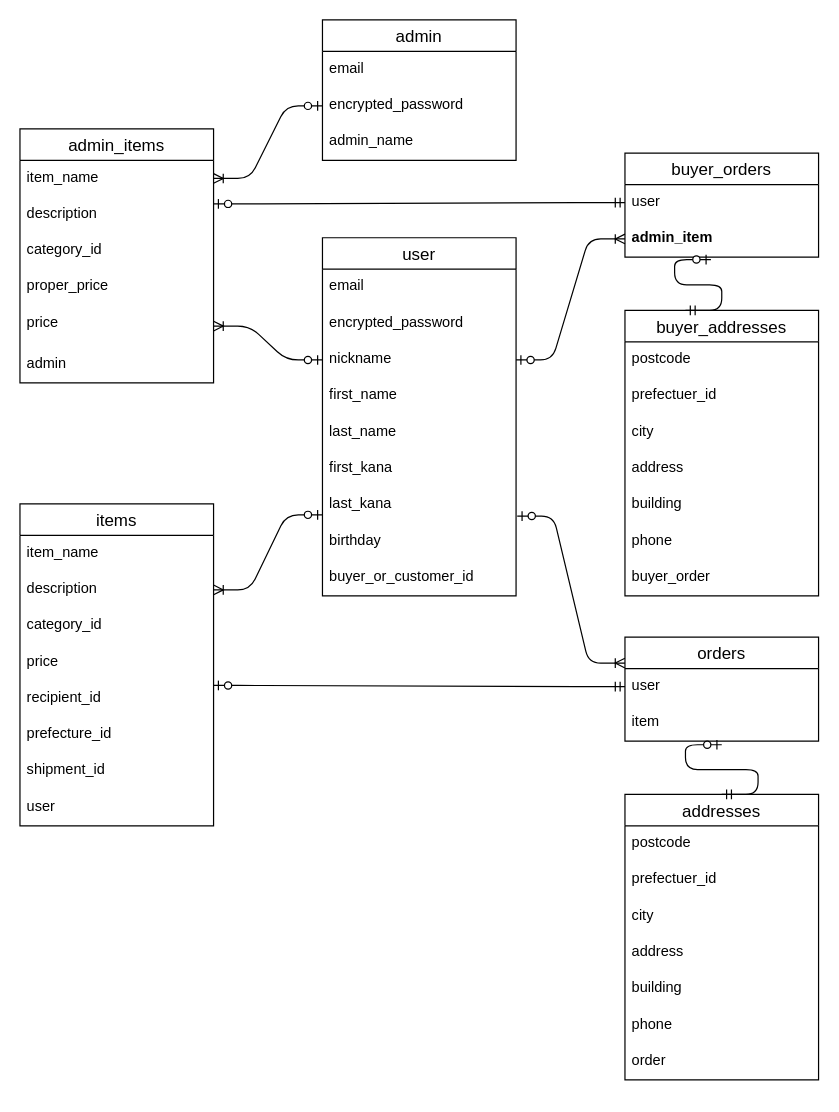
Before: page "ページ1" (1 of 2) of ER.dio in datiko1115/baton_app5, a draw.io diagram. Source tidied: cells renumbered, new cells numbered last; positions are measured from the earlier drawing's top-left corner, leaving out a move shared by most shapes. Both pictures are drawn from the tidied source at 121%, with x=0, y=0 at pixel (19, 19).
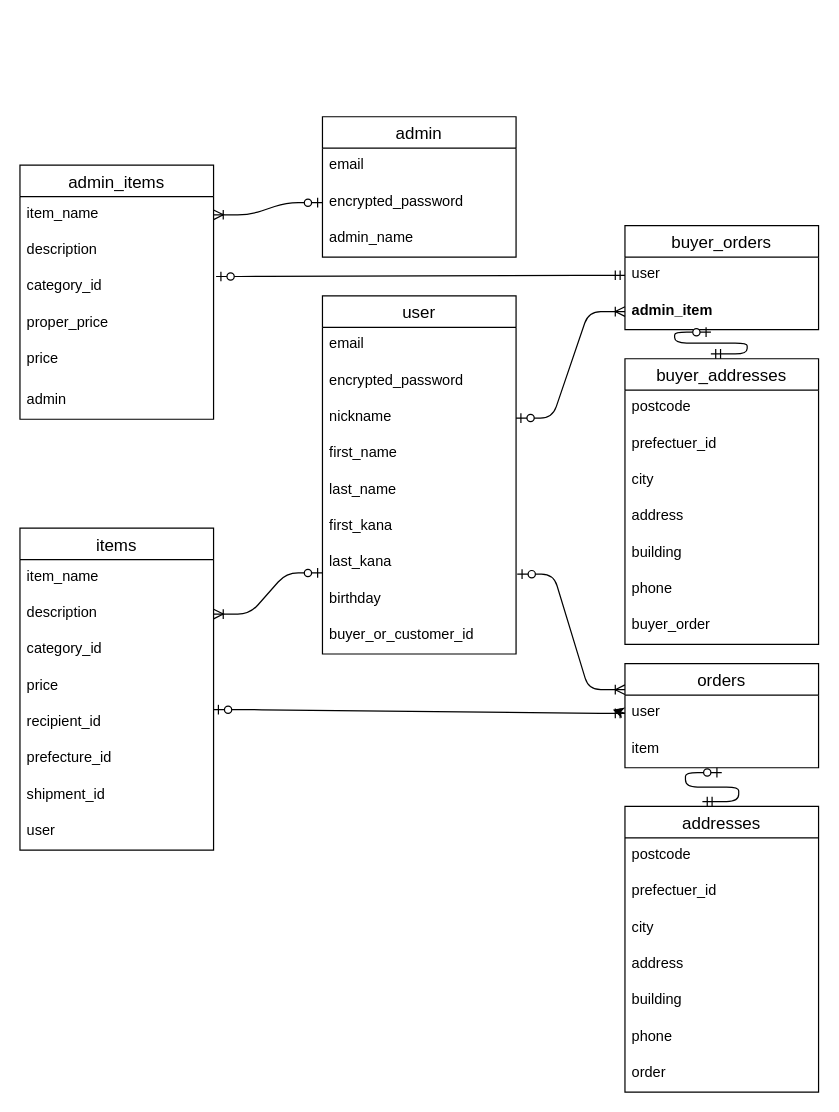
The same diagram, later.

Unchanged cells that the change refers to:
```xml
<mxCell id="5" value="nickname" style="text;strokeColor=none;fillColor=none;spacingLeft=4;spacingRight=4;overflow=hidden;points=[[0,0.5],[1,0.5]];portConstraint=eastwest;fontSize=12;rounded=0;" parent="2" vertex="1">
  <mxGeometry y="86" width="160" height="30" as="geometry" />
</mxCell>
<mxCell id="14" value="description" style="text;strokeColor=none;fillColor=none;spacingLeft=4;spacingRight=4;overflow=hidden;points=[[0,0.5],[1,0.5]];portConstraint=eastwest;fontSize=12;rounded=0;" parent="12" vertex="1">
  <mxGeometry y="56" width="160" height="30" as="geometry" />
</mxCell>
<mxCell id="15" value="category_id" style="text;strokeColor=none;fillColor=none;spacingLeft=4;spacingRight=4;overflow=hidden;points=[[0,0.5],[1,0.5]];portConstraint=eastwest;fontSize=12;rounded=0;" parent="12" vertex="1">
  <mxGeometry y="86" width="160" height="30" as="geometry" />
</mxCell>
<mxCell id="17" value="price" style="text;strokeColor=none;fillColor=none;spacingLeft=4;spacingRight=4;overflow=hidden;points=[[0,0.5],[1,0.5]];portConstraint=eastwest;fontSize=12;rounded=0;fontStyle=0;" parent="12" vertex="1">
  <mxGeometry y="146" width="160" height="34" as="geometry" />
</mxCell>
<mxCell id="20" value="user" style="text;strokeColor=none;fillColor=none;spacingLeft=4;spacingRight=4;overflow=hidden;points=[[0,0.5],[1,0.5]];portConstraint=eastwest;fontSize=12;rounded=0;" parent="19" vertex="1">
  <mxGeometry y="26" width="160" height="30" as="geometry" />
</mxCell>
<mxCell id="21" value="admin_item" style="text;strokeColor=none;fillColor=none;spacingLeft=4;spacingRight=4;overflow=hidden;points=[[0,0.5],[1,0.5]];portConstraint=eastwest;fontSize=12;rounded=0;fontStyle=1;" parent="19" vertex="1">
  <mxGeometry y="56" width="160" height="30" as="geometry" />
</mxCell>
<mxCell id="43" value="user" style="text;strokeColor=none;fillColor=none;spacingLeft=4;spacingRight=4;overflow=hidden;points=[[0,0.5],[1,0.5]];portConstraint=eastwest;fontSize=12;rounded=0;" parent="42" vertex="1">
  <mxGeometry y="26" width="160" height="30" as="geometry" />
</mxCell>
<mxCell id="44" value="item" style="text;strokeColor=none;fillColor=none;spacingLeft=4;spacingRight=4;overflow=hidden;points=[[0,0.5],[1,0.5]];portConstraint=eastwest;fontSize=12;rounded=0;" parent="42" vertex="1">
  <mxGeometry y="56" width="160" height="30" as="geometry" />
</mxCell>
```

Change to the diagram source:
```diff
@@
     <mxCell id="2" value="user" style="swimlane;fontStyle=0;horizontal=1;startSize=26;align=center;fontSize=14;rounded=0;" parent="1" vertex="1">
-      <mxGeometry x="250" y="180" width="160" height="296" as="geometry" />
+      <mxGeometry x="250" y="228" width="160" height="296" as="geometry" />
     </mxCell>
@@
     <mxCell id="12" value="admin_items" style="swimlane;fontStyle=0;horizontal=1;startSize=26;align=center;fontSize=14;rounded=0;" parent="1" vertex="1">
-      <mxGeometry y="90" width="160" height="210" as="geometry" />
+      <mxGeometry y="120" width="160" height="210" as="geometry" />
     </mxCell>
@@
     <mxCell id="19" value="buyer_orders" style="swimlane;fontStyle=0;horizontal=1;startSize=26;align=center;fontSize=14;rounded=0;" parent="1" vertex="1">
-      <mxGeometry x="500" y="110" width="160" height="86" as="geometry" />
+      <mxGeometry x="500" y="170" width="160" height="86" as="geometry" />
     </mxCell>
@@
     <mxCell id="22" value="buyer_addresses" style="swimlane;fontStyle=0;horizontal=1;startSize=26;align=center;fontSize=14;rounded=0;" parent="1" vertex="1">
-      <mxGeometry x="500" y="240" width="160" height="236" as="geometry" />
+      <mxGeometry x="500" y="280" width="160" height="236" as="geometry" />
     </mxCell>
@@
-    <mxCell id="30" style="edgeStyle=entityRelationEdgeStyle;fontSize=12;html=1;endArrow=ERoneToMany;startArrow=ERzeroToOne;entryX=1;entryY=0.5;entryDx=0;entryDy=0;exitX=0;exitY=0.5;exitDx=0;exitDy=0;" parent="1" edge="1" source="5" target="17">
-      <mxGeometry relative="1" as="geometry" />
-    </mxCell>
@@
     <mxCell id="32" value="items" style="swimlane;fontStyle=0;horizontal=1;startSize=26;align=center;fontSize=14;rounded=0;" parent="1" vertex="1">
-      <mxGeometry y="400" width="160" height="266" as="geometry" />
+      <mxGeometry y="420" width="160" height="266" as="geometry" />
     </mxCell>
@@
     <mxCell id="42" value="orders" style="swimlane;fontStyle=0;horizontal=1;startSize=26;align=center;fontSize=14;rounded=0;" parent="1" vertex="1">
-      <mxGeometry x="500" y="510" width="160" height="86" as="geometry" />
+      <mxGeometry x="500" y="532" width="160" height="86" as="geometry" />
     </mxCell>
@@
     <mxCell id="45" value="addresses" style="swimlane;fontStyle=0;horizontal=1;startSize=26;align=center;fontSize=14;rounded=0;" parent="1" vertex="1">
-      <mxGeometry x="500" y="640" width="160" height="236" as="geometry" />
+      <mxGeometry x="500" y="650" width="160" height="236" as="geometry" />
     </mxCell>
@@
     <mxCell id="53" value="admin" style="swimlane;fontStyle=0;horizontal=1;startSize=26;align=center;fontSize=14;rounded=0;" parent="1" vertex="1">
-      <mxGeometry x="250" width="160" height="116" as="geometry" />
+      <mxGeometry x="250" y="80" width="160" height="116" as="geometry" />
     </mxCell>
@@
-    <mxCell id="59" style="edgeStyle=entityRelationEdgeStyle;fontSize=12;html=1;endArrow=ERzeroToOne;startArrow=ERmandOne;entryX=1;entryY=0.2;entryDx=0;entryDy=0;exitX=0;exitY=0.5;exitDx=0;exitDy=0;entryPerimeter=0;" parent="1" edge="1" source="20" target="14">
+    <mxCell id="59" style="edgeStyle=entityRelationEdgeStyle;fontSize=12;html=1;endArrow=ERzeroToOne;startArrow=ERmandOne;exitX=0;exitY=0.5;exitDx=0;exitDy=0;entryX=1.013;entryY=0.2;entryDx=0;entryDy=0;entryPerimeter=0;" parent="1" edge="1" source="20" target="15">
       <mxGeometry relative="1" as="geometry" />
     </mxCell>
@@
     <mxCell id="61" style="edgeStyle=entityRelationEdgeStyle;fontSize=12;html=1;endArrow=ERzeroToOne;startArrow=ERmandOne;entryX=0.444;entryY=1.067;entryDx=0;entryDy=0;entryPerimeter=0;" parent="1" edge="1" target="21">
       <mxGeometry relative="1" as="geometry">
-        <mxPoint x="550" y="240" as="sourcePoint" />
+        <mxPoint x="571" y="276" as="sourcePoint" />
       </mxGeometry>
     </mxCell>
-    <mxCell id="62" style="edgeStyle=entityRelationEdgeStyle;fontSize=12;html=1;endArrow=ERzeroToOne;startArrow=ERmandOne;exitX=0.5;exitY=0;exitDx=0;exitDy=0;" parent="1" edge="1" source="45">
-      <mxGeometry relative="1" as="geometry">
-        <mxPoint x="580" y="599" as="targetPoint" />
-      </mxGeometry>
+    <mxCell id="62" style="edgeStyle=entityRelationEdgeStyle;fontSize=12;html=1;endArrow=ERzeroToOne;startArrow=ERmandOne;entryX=0.5;entryY=1.133;entryDx=0;entryDy=0;entryPerimeter=0;exitX=0.4;exitY=-0.017;exitDx=0;exitDy=0;exitPerimeter=0;" parent="1" edge="1" source="45" target="44">
+      <mxGeometry relative="1" as="geometry" />
     </mxCell>
+    <mxCell id="63" style="edgeStyle=none;html=1;exitX=0;exitY=0.5;exitDx=0;exitDy=0;" parent="1" edge="1" source="43">
+      <mxGeometry relative="1" as="geometry">
+        <mxPoint x="490" y="570" as="targetPoint" />
+      </mxGeometry>
+    </mxCell>
```
